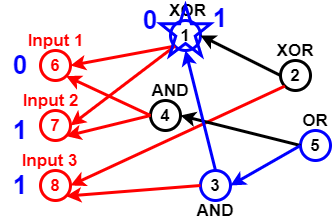
Earlier version of the draw.io export Untitled Diagram.png (sara1024/-CCF201412-2-Z-). Source tidied: cells renumbered, new cells last; positions are measured from the earlier drawing's top-left corner, leaving out a move shared by most shapes.
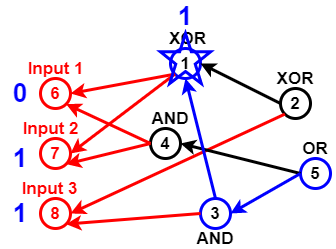
After the commit.

Change to the diagram source:
```diff
@@ -92,11 +92,8 @@
     <mxCell id="31" style="verticalLabelPosition=bottom;verticalAlign=top;html=1;shape=mxgraph.basic.star;strokeWidth=3;fillColor=none;gradientColor=none;fontSize=26;fontColor=#0000CC;strokeColor=#0000FF;" parent="1" vertex="1">
       <mxGeometry x="160" y="5" width="50" height="50" as="geometry" />
     </mxCell>
-    <mxCell id="32" value="0" style="text;html=1;strokeColor=none;fillColor=none;align=center;verticalAlign=middle;whiteSpace=wrap;rounded=0;fontSize=26;fontColor=#0000FF;fontStyle=1;" parent="1" vertex="1">
-      <mxGeometry x="130" y="10" width="40" height="20" as="geometry" />
-    </mxCell>
     <mxCell id="33" value="1" style="text;html=1;strokeColor=none;fillColor=none;align=center;verticalAlign=middle;whiteSpace=wrap;rounded=0;fontSize=26;fontColor=#0000FF;fontStyle=1;" parent="1" vertex="1">
-      <mxGeometry x="200" y="5" width="40" height="25" as="geometry" />
+      <mxGeometry x="165" y="-25" width="40" height="25" as="geometry" />
     </mxCell>
   </root>
 </mxGraphModel>
```
